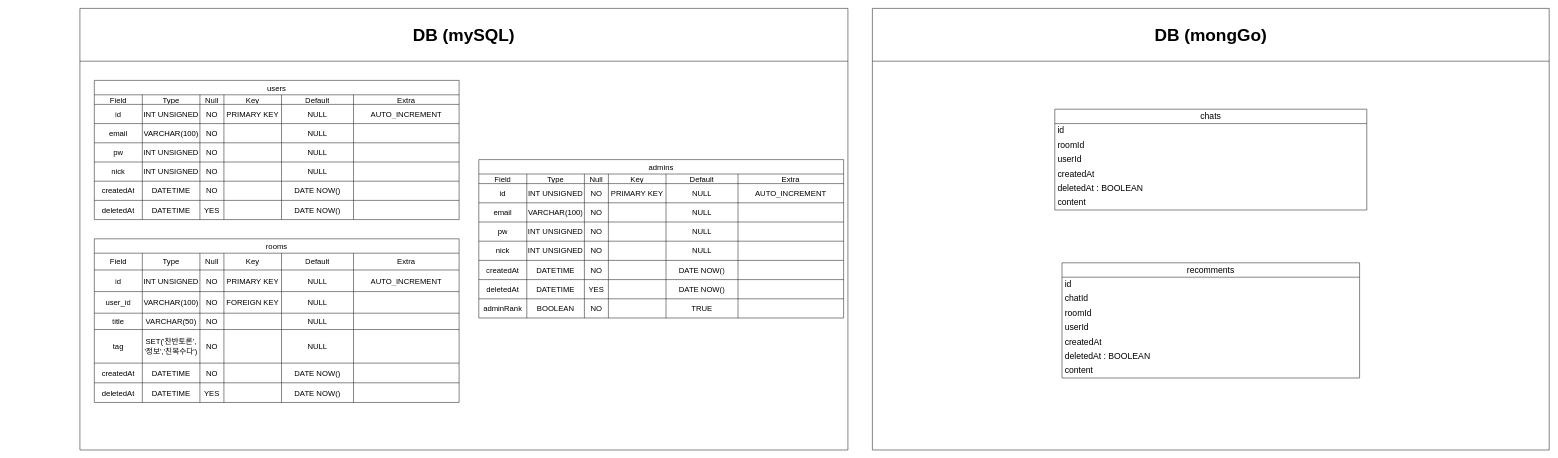
This is projectfile/DB.drawio from oniri1/chattingSite_project, a draw.io file, before an edit. Source tidied: cells renumbered, new cells numbered last; positions are measured from the earlier drawing's top-left corner, leaving out a move shared by most shapes. Both pictures are drawn from the tidied source at 48%, with x=0, y=0 at pixel (80, 8).
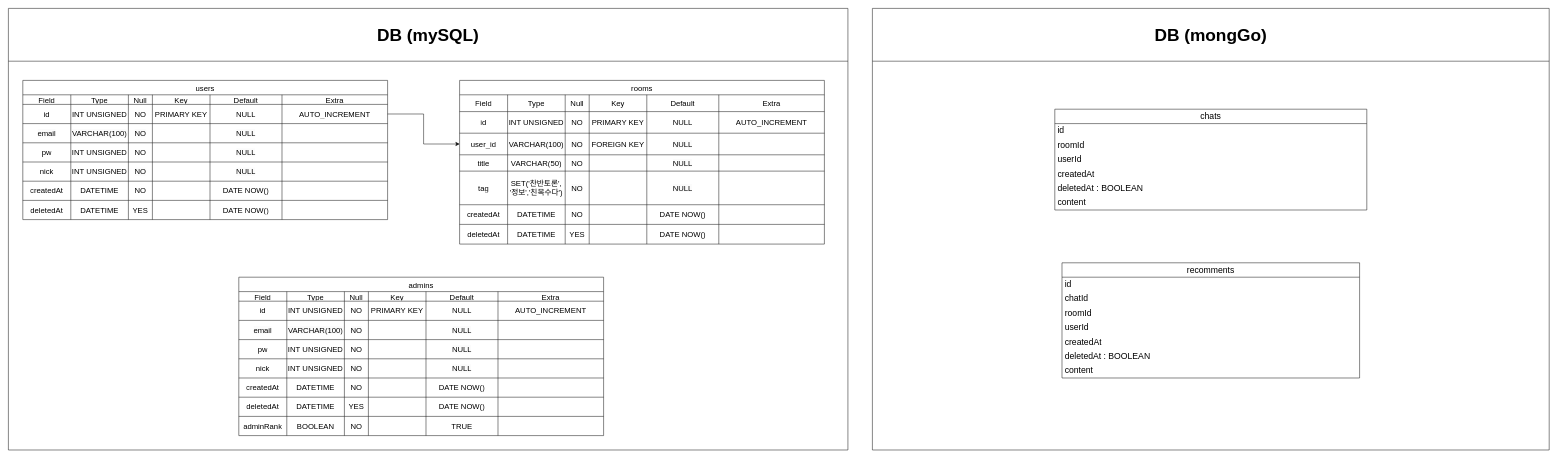
Above is the later version.

The change refers to these unchanged cells:
```xml
<mxCell id="11" style="shape=tableRow;horizontal=0;startSize=0;swimlaneHead=0;swimlaneBody=0;strokeColor=inherit;top=0;left=0;bottom=0;right=0;fillColor=none;points=[[0,0.5],[1,0.5]];portConstraint=eastwest;fontSize=16;" parent="3" vertex="1">
  <mxGeometry y="50" width="760" height="40" as="geometry" />
</mxCell>
<mxCell id="68" style="shape=tableRow;horizontal=0;startSize=0;swimlaneHead=0;swimlaneBody=0;strokeColor=inherit;top=0;left=0;bottom=0;right=0;fillColor=none;points=[[0,0.5],[1,0.5]];portConstraint=eastwest;fontSize=16;" parent="53" vertex="1">
  <mxGeometry y="110" width="760" height="45" as="geometry" />
</mxCell>
```

Change to the diagram source:
```diff
@@
     <mxCell id="2" value="&lt;span style=&quot;font-size: 36px;&quot;&gt;DB (mySQL)&lt;/span&gt;" style="swimlane;whiteSpace=wrap;html=1;startSize=110;" parent="1" vertex="1">
-      <mxGeometry width="1600" height="920" as="geometry" />
+      <mxGeometry x="-149" width="1749" height="920" as="geometry" />
     </mxCell>
@@
     <mxCell id="53" value="rooms" style="shape=table;startSize=30;childLayout=tableLayout;strokeColor=default;fontSize=16;" parent="2" vertex="1">
-      <mxGeometry x="30" y="480" width="760" height="341" as="geometry" />
+      <mxGeometry x="940" y="150" width="760" height="341" as="geometry" />
     </mxCell>
@@
     <mxCell id="103" value="admins" style="shape=table;startSize=30;childLayout=tableLayout;strokeColor=default;fontSize=16;" parent="2" vertex="1">
-      <mxGeometry x="831" y="315" width="760" height="330" as="geometry" />
+      <mxGeometry x="480" y="560" width="760" height="330" as="geometry" />
     </mxCell>
@@
+    <mxCell id="176" style="edgeStyle=orthogonalEdgeStyle;rounded=0;jettySize=auto;html=1;entryX=0;entryY=0.5;entryDx=0;entryDy=0;" parent="2" edge="1" source="11" target="68">
+      <mxGeometry relative="1" as="geometry" />
+    </mxCell>
```
